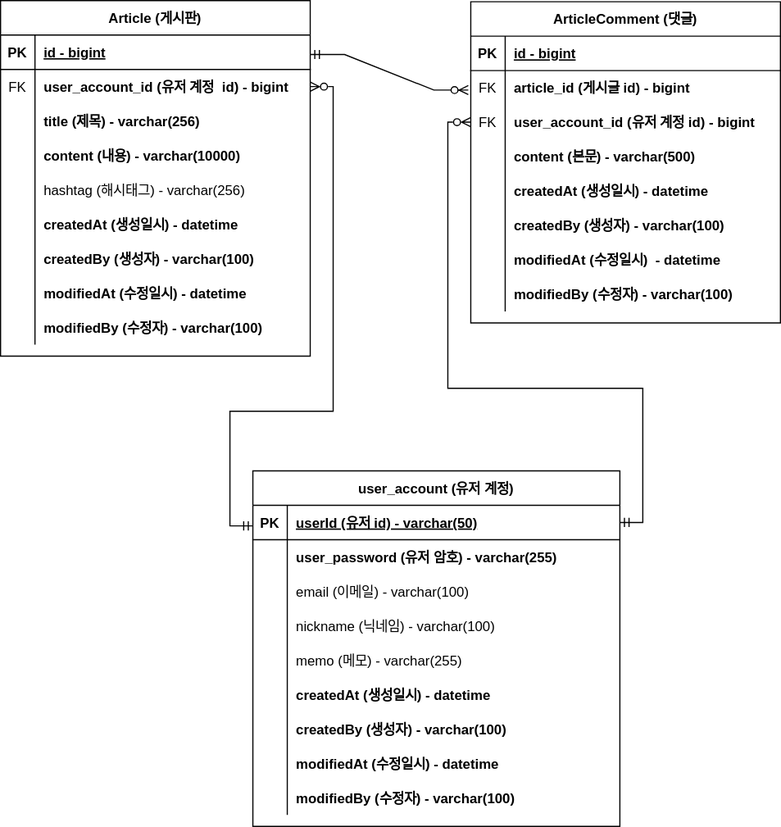
The draw.io diagram document/project-board-erd.svg in kimhyeyun/SPRING-BOARD-PROJECT, before a commit. Source tidied: cells renumbered, new cells last; positions are measured from the earlier drawing's top-left corner, leaving out a move shared by most shapes.
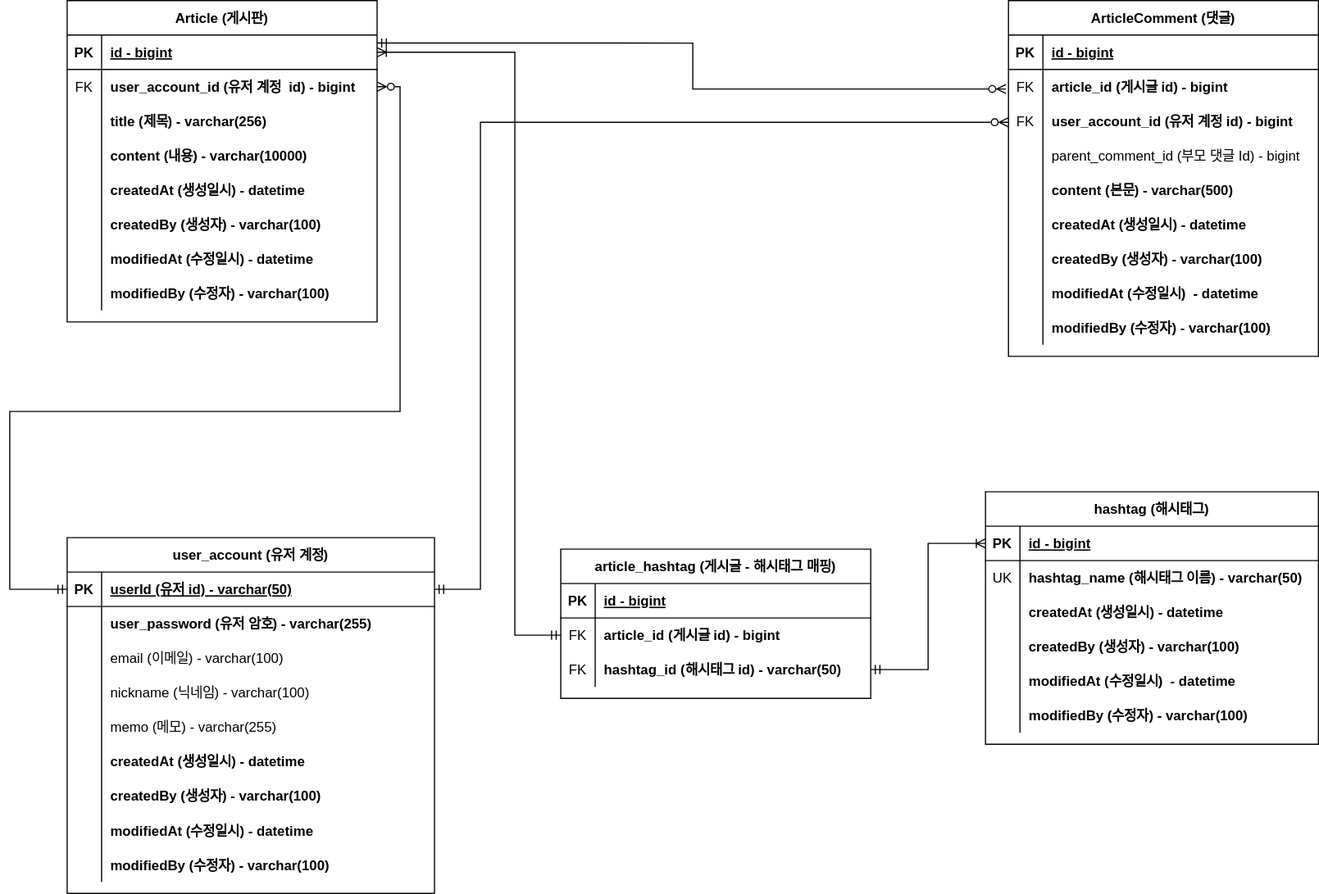
Later version of the same file.

Commit message:
#74 - project-board-erd.svg 업데이트: 대댓글, 해시태그

What changed in the source:
```diff
@@ -7,13 +7,13 @@
         <Array as="points">
           <mxPoint x="290" y="75" />
           <mxPoint x="290" y="358" />
-          <mxPoint x="200" y="358" />
-          <mxPoint x="200" y="458" />
+          <mxPoint x="-50" y="358" />
+          <mxPoint x="-50" y="513" />
         </Array>
       </mxGeometry>
     </mxCell>
     <mxCell id="3" value="Article (게시판)" style="shape=table;startSize=30;rowLines=0;fontStyle=1;align=center;" parent="1" vertex="1">
-      <mxGeometry width="270" height="310" as="geometry" />
+      <mxGeometry width="270" height="280" as="geometry" />
     </mxCell>
     <mxCell id="4" style="shape=partialRectangle;fillColor=none;points=[[0,0.5],[1,0.5]];portConstraint=eastwest;top=0;left=0;right=0;bottom=1;" parent="3" vertex="1">
       <mxGeometry y="30" width="270" height="30" as="geometry" />
@@ -51,17 +51,8 @@
     <mxCell id="15" value="content (내용) - varchar(10000)" style="shape=partialRectangle;overflow=hidden;fillColor=none;top=0;left=0;bottom=0;right=0;align=left;spacingLeft=6;fontStyle=1;" parent="13" vertex="1">
       <mxGeometry x="30" width="240" height="30" as="geometry" />
     </mxCell>
-    <mxCell id="16" style="shape=partialRectangle;fillColor=none;top=0;left=0;right=0;bottom=0;" parent="3" vertex="1">
-      <mxGeometry y="150" width="270" height="30" as="geometry" />
-    </mxCell>
-    <mxCell id="17" style="shape=partialRectangle;overflow=hidden;fillColor=none;top=0;left=0;bottom=0;right=0;" parent="16" vertex="1">
-      <mxGeometry width="30" height="30" as="geometry" />
-    </mxCell>
-    <mxCell id="18" value="hashtag (해시태그) - varchar(256)" style="shape=partialRectangle;overflow=hidden;fillColor=none;top=0;left=0;bottom=0;right=0;align=left;spacingLeft=6;" parent="16" vertex="1">
-      <mxGeometry x="30" width="240" height="30" as="geometry" />
-    </mxCell>
     <mxCell id="19" style="shape=partialRectangle;fillColor=none;top=0;left=0;right=0;bottom=0;" parent="3" vertex="1">
-      <mxGeometry y="180" width="270" height="30" as="geometry" />
+      <mxGeometry y="150" width="270" height="30" as="geometry" />
     </mxCell>
     <mxCell id="20" style="shape=partialRectangle;overflow=hidden;fillColor=none;top=0;left=0;bottom=0;right=0;" parent="19" vertex="1">
       <mxGeometry width="30" height="30" as="geometry" />
@@ -70,7 +61,7 @@
       <mxGeometry x="30" width="240" height="30" as="geometry" />
     </mxCell>
     <mxCell id="22" style="shape=partialRectangle;fillColor=none;top=0;left=0;right=0;bottom=0;" parent="3" vertex="1">
-      <mxGeometry y="210" width="270" height="30" as="geometry" />
+      <mxGeometry y="180" width="270" height="30" as="geometry" />
     </mxCell>
     <mxCell id="23" style="shape=partialRectangle;overflow=hidden;fillColor=none;top=0;left=0;bottom=0;right=0;" parent="22" vertex="1">
       <mxGeometry width="30" height="30" as="geometry" />
@@ -79,7 +70,7 @@
       <mxGeometry x="30" width="240" height="30" as="geometry" />
     </mxCell>
     <mxCell id="25" style="shape=partialRectangle;fillColor=none;top=0;left=0;right=0;bottom=0;" parent="3" vertex="1">
-      <mxGeometry y="240" width="270" height="30" as="geometry" />
+      <mxGeometry y="210" width="270" height="30" as="geometry" />
     </mxCell>
     <mxCell id="26" style="shape=partialRectangle;overflow=hidden;fillColor=none;top=0;left=0;bottom=0;right=0;" parent="25" vertex="1">
       <mxGeometry width="30" height="30" as="geometry" />
@@ -88,7 +79,7 @@
       <mxGeometry x="30" width="240" height="30" as="geometry" />
     </mxCell>
     <mxCell id="28" style="shape=partialRectangle;fillColor=none;top=0;left=0;right=0;bottom=0;" parent="3" vertex="1">
-      <mxGeometry y="270" width="270" height="30" as="geometry" />
+      <mxGeometry y="240" width="270" height="30" as="geometry" />
     </mxCell>
     <mxCell id="29" style="shape=partialRectangle;overflow=hidden;fillColor=none;top=0;left=0;bottom=0;right=0;" parent="28" vertex="1">
       <mxGeometry width="30" height="30" as="geometry" />
@@ -97,7 +88,7 @@
       <mxGeometry x="30" width="240" height="30" as="geometry" />
     </mxCell>
     <mxCell id="31" value="ArticleComment (댓글)" style="shape=table;startSize=30;rowLines=0;fontStyle=1;align=center;" parent="1" vertex="1">
-      <mxGeometry x="410" y="1" width="270" height="280" as="geometry" />
+      <mxGeometry x="820" width="270" height="310" as="geometry" />
     </mxCell>
     <mxCell id="32" style="shape=partialRectangle;fillColor=none;top=0;left=0;right=0;bottom=1;" parent="31" vertex="1">
       <mxGeometry y="30" width="270" height="30" as="geometry" />
@@ -126,8 +117,17 @@
     <mxCell id="40" value="user_account_id (유저 계정 id) - bigint" style="shape=partialRectangle;overflow=hidden;fillColor=none;top=0;left=0;bottom=0;right=0;align=left;spacingLeft=6;fontStyle=1;" parent="38" vertex="1">
       <mxGeometry x="30" width="240" height="30" as="geometry" />
     </mxCell>
+    <mxCell id="86" style="shape=partialRectangle;fillColor=none;top=0;left=0;right=0;bottom=0;" parent="31" vertex="1">
+      <mxGeometry y="120" width="270" height="30" as="geometry" />
+    </mxCell>
+    <mxCell id="87" style="shape=partialRectangle;overflow=hidden;fillColor=none;top=0;left=0;bottom=0;right=0;" parent="86" vertex="1">
+      <mxGeometry width="30" height="30" as="geometry" />
+    </mxCell>
+    <mxCell id="88" value="parent_comment_id (부모 댓글 Id) - bigint" style="shape=partialRectangle;overflow=hidden;fillColor=none;top=0;left=0;bottom=0;right=0;align=left;spacingLeft=6;fontStyle=0;" parent="86" vertex="1">
+      <mxGeometry x="30" width="240" height="30" as="geometry" />
+    </mxCell>
     <mxCell id="41" style="shape=partialRectangle;fillColor=none;top=0;left=0;right=0;bottom=0;" parent="31" vertex="1">
-      <mxGeometry y="120" width="270" height="30" as="geometry" />
+      <mxGeometry y="150" width="270" height="30" as="geometry" />
     </mxCell>
     <mxCell id="42" style="shape=partialRectangle;overflow=hidden;fillColor=none;top=0;left=0;bottom=0;right=0;" parent="41" vertex="1">
       <mxGeometry width="30" height="30" as="geometry" />
@@ -136,7 +136,7 @@
       <mxGeometry x="30" width="240" height="30" as="geometry" />
     </mxCell>
     <mxCell id="44" style="shape=partialRectangle;fillColor=none;top=0;left=0;right=0;bottom=0;" parent="31" vertex="1">
-      <mxGeometry y="150" width="270" height="30" as="geometry" />
+      <mxGeometry y="180" width="270" height="30" as="geometry" />
     </mxCell>
     <mxCell id="45" style="shape=partialRectangle;overflow=hidden;fillColor=none;top=0;left=0;bottom=0;right=0;" parent="44" vertex="1">
       <mxGeometry width="30" height="30" as="geometry" />
@@ -145,7 +145,7 @@
       <mxGeometry x="30" width="240" height="30" as="geometry" />
     </mxCell>
     <mxCell id="47" style="shape=partialRectangle;fillColor=none;top=0;left=0;right=0;bottom=0;" parent="31" vertex="1">
-      <mxGeometry y="180" width="270" height="30" as="geometry" />
+      <mxGeometry y="210" width="270" height="30" as="geometry" />
     </mxCell>
     <mxCell id="48" style="shape=partialRectangle;overflow=hidden;fillColor=none;top=0;left=0;bottom=0;right=0;" parent="47" vertex="1">
       <mxGeometry width="30" height="30" as="geometry" />
@@ -154,7 +154,7 @@
       <mxGeometry x="30" width="240" height="30" as="geometry" />
     </mxCell>
     <mxCell id="50" style="shape=partialRectangle;fillColor=none;top=0;left=0;right=0;bottom=0;" parent="31" vertex="1">
-      <mxGeometry y="210" width="270" height="30" as="geometry" />
+      <mxGeometry y="240" width="270" height="30" as="geometry" />
     </mxCell>
     <mxCell id="51" style="shape=partialRectangle;overflow=hidden;fillColor=none;top=0;left=0;bottom=0;right=0;" parent="50" vertex="1">
       <mxGeometry width="30" height="30" as="geometry" />
@@ -163,7 +163,7 @@
       <mxGeometry x="30" width="240" height="30" as="geometry" />
     </mxCell>
     <mxCell id="53" style="shape=partialRectangle;fillColor=none;top=0;left=0;right=0;bottom=0;" parent="31" vertex="1">
-      <mxGeometry y="240" width="270" height="30" as="geometry" />
+      <mxGeometry y="270" width="270" height="30" as="geometry" />
     </mxCell>
     <mxCell id="54" style="shape=partialRectangle;overflow=hidden;fillColor=none;top=0;left=0;bottom=0;right=0;" parent="53" vertex="1">
       <mxGeometry width="30" height="30" as="geometry" />
@@ -171,11 +171,11 @@
     <mxCell id="55" value="modifiedBy (수정자) - varchar(100)" style="shape=partialRectangle;overflow=hidden;fillColor=none;top=0;left=0;bottom=0;right=0;align=left;spacingLeft=6;fontStyle=1;" parent="53" vertex="1">
       <mxGeometry x="30" width="240" height="30" as="geometry" />
     </mxCell>
-    <mxCell id="56" style="edgeStyle=entityRelationEdgeStyle;fontSize=12;html=1;endArrow=ERzeroToMany;startArrow=ERmandOne;rounded=0;exitX=1;exitY=0.567;exitDx=0;exitDy=0;entryX=-0.008;entryY=0.567;entryDx=0;entryDy=0;exitPerimeter=0;entryPerimeter=0;" parent="1" edge="1" source="4" target="35">
+    <mxCell id="56" style="edgeStyle=orthogonalEdgeStyle;fontSize=12;html=1;endArrow=ERzeroToMany;startArrow=ERmandOne;rounded=0;entryX=-0.008;entryY=0.567;entryDx=0;entryDy=0;entryPerimeter=0;exitX=1;exitY=0.233;exitDx=0;exitDy=0;exitPerimeter=0;" parent="1" edge="1" source="4" target="35">
       <mxGeometry relative="1" as="geometry" />
     </mxCell>
     <mxCell id="57" value="user_account (유저 계정)" style="shape=table;startSize=30;rowLines=0;fontStyle=1;align=center;" parent="1" vertex="1">
-      <mxGeometry x="220" y="410" width="320" height="310" as="geometry" />
+      <mxGeometry y="468" width="320" height="310" as="geometry" />
     </mxCell>
     <mxCell id="58" style="shape=partialRectangle;fillColor=none;points=[[0,0.5],[1,0.5]];portConstraint=eastwest;top=0;left=0;right=0;bottom=1;" parent="57" vertex="1">
       <mxGeometry y="30" width="320" height="30" as="geometry" />
@@ -258,15 +258,114 @@
     <mxCell id="84" value="modifiedBy (수정자) - varchar(100)" style="shape=partialRectangle;overflow=hidden;fillColor=none;top=0;left=0;bottom=0;right=0;align=left;spacingLeft=6;fontStyle=1;" parent="82" vertex="1">
       <mxGeometry x="30" width="290" height="30" as="geometry" />
     </mxCell>
-    <mxCell id="85" style="edgeStyle=orthogonalEdgeStyle;rounded=0;jettySize=auto;html=1;entryX=1;entryY=0.5;entryDx=0;entryDy=0;entryPerimeter=0;startArrow=ERzeroToMany;startFill=0;endArrow=ERmandOne;endFill=0;" parent="1" edge="1" source="38" target="58">
+    <mxCell id="85" style="edgeStyle=orthogonalEdgeStyle;rounded=0;jettySize=auto;html=1;entryX=1;entryY=0.5;entryDx=0;entryDy=0;entryPerimeter=0;startArrow=ERzeroToMany;startFill=0;endArrow=ERmandOne;endFill=0;" parent="1" edge="1" target="58">
       <mxGeometry relative="1" as="geometry">
+        <mxPoint x="820" y="106" as="sourcePoint" />
         <Array as="points">
-          <mxPoint x="390" y="106" />
-          <mxPoint x="390" y="338" />
-          <mxPoint x="560" y="338" />
-          <mxPoint x="560" y="455" />
+          <mxPoint x="360" y="106" />
+          <mxPoint x="360" y="513" />
         </Array>
       </mxGeometry>
     </mxCell>
+    <mxCell id="89" value="article_hashtag (게시글 - 해시태그 매핑)" style="shape=table;startSize=30;rowLines=0;fontStyle=1;align=center;" parent="1" vertex="1">
+      <mxGeometry x="430" y="478" width="270" height="130" as="geometry" />
+    </mxCell>
+    <mxCell id="90" style="shape=partialRectangle;fillColor=none;top=0;left=0;right=0;bottom=1;" parent="89" vertex="1">
+      <mxGeometry y="30" width="270" height="30" as="geometry" />
+    </mxCell>
+    <mxCell id="91" value="PK" style="shape=partialRectangle;overflow=hidden;fillColor=none;top=0;left=0;bottom=0;right=0;fontStyle=1;" parent="90" vertex="1">
+      <mxGeometry width="30" height="30" as="geometry" />
+    </mxCell>
+    <mxCell id="92" value="id - bigint" style="shape=partialRectangle;overflow=hidden;fillColor=none;top=0;left=0;bottom=0;right=0;align=left;spacingLeft=6;fontStyle=5;" parent="90" vertex="1">
+      <mxGeometry x="30" width="240" height="30" as="geometry" />
+    </mxCell>
+    <mxCell id="93" style="shape=partialRectangle;fillColor=none;top=0;left=0;right=0;bottom=0;" parent="89" vertex="1">
+      <mxGeometry y="60" width="270" height="30" as="geometry" />
+    </mxCell>
+    <mxCell id="94" value="FK" style="shape=partialRectangle;overflow=hidden;fillColor=none;top=0;left=0;bottom=0;right=0;" parent="93" vertex="1">
+      <mxGeometry width="30" height="30" as="geometry" />
+    </mxCell>
+    <mxCell id="95" value="article_id (게시글 id) - bigint" style="shape=partialRectangle;overflow=hidden;fillColor=none;top=0;left=0;bottom=0;right=0;align=left;spacingLeft=6;fontStyle=1;" parent="93" vertex="1">
+      <mxGeometry x="30" width="240" height="30" as="geometry" />
+    </mxCell>
+    <mxCell id="96" style="shape=partialRectangle;fillColor=none;points=[[0,0.5],[1,0.5]];portConstraint=eastwest;top=0;left=0;right=0;bottom=0;" parent="89" vertex="1">
+      <mxGeometry y="90" width="270" height="30" as="geometry" />
+    </mxCell>
+    <mxCell id="97" value="FK" style="shape=partialRectangle;overflow=hidden;fillColor=none;top=0;left=0;bottom=0;right=0;" parent="96" vertex="1">
+      <mxGeometry width="30" height="30" as="geometry" />
+    </mxCell>
+    <mxCell id="98" value="hashtag_id (해시태그 id) - varchar(50)" style="shape=partialRectangle;overflow=hidden;fillColor=none;top=0;left=0;bottom=0;right=0;align=left;spacingLeft=6;fontStyle=1;" parent="96" vertex="1">
+      <mxGeometry x="30" width="240" height="30" as="geometry" />
+    </mxCell>
+    <mxCell id="99" style="edgeStyle=orthogonalEdgeStyle;rounded=0;orthogonalLoop=1;jettySize=auto;html=1;entryX=0;entryY=0.5;entryDx=0;entryDy=0;entryPerimeter=0;startArrow=ERoneToMany;startFill=0;endArrow=ERmandOne;endFill=0;" parent="1" edge="1">
+      <mxGeometry relative="1" as="geometry">
+        <mxPoint x="270" y="45" as="sourcePoint" />
+        <mxPoint x="430" y="553" as="targetPoint" />
+        <Array as="points">
+          <mxPoint x="390" y="45" />
+          <mxPoint x="390" y="553" />
+        </Array>
+      </mxGeometry>
+    </mxCell>
+    <mxCell id="100" value="hashtag (해시태그)" style="shape=table;startSize=30;rowLines=0;fontStyle=1;align=center;" parent="1" vertex="1">
+      <mxGeometry x="800" y="428" width="290" height="220" as="geometry" />
+    </mxCell>
+    <mxCell id="101" style="shape=partialRectangle;fillColor=none;points=[[0,0.5],[1,0.5]];portConstraint=eastwest;top=0;left=0;right=0;bottom=1;" parent="100" vertex="1">
+      <mxGeometry y="30" width="290" height="30" as="geometry" />
+    </mxCell>
+    <mxCell id="102" value="PK" style="shape=partialRectangle;overflow=hidden;fillColor=none;top=0;left=0;bottom=0;right=0;fontStyle=1;" parent="101" vertex="1">
+      <mxGeometry width="30" height="30" as="geometry" />
+    </mxCell>
+    <mxCell id="103" value="id - bigint" style="shape=partialRectangle;overflow=hidden;fillColor=none;top=0;left=0;bottom=0;right=0;align=left;spacingLeft=6;fontStyle=5;" parent="101" vertex="1">
+      <mxGeometry x="30" width="260" height="30" as="geometry" />
+    </mxCell>
+    <mxCell id="104" style="shape=partialRectangle;fillColor=none;top=0;left=0;right=0;bottom=0;" parent="100" vertex="1">
+      <mxGeometry y="60" width="290" height="30" as="geometry" />
+    </mxCell>
+    <mxCell id="105" value="UK" style="shape=partialRectangle;overflow=hidden;fillColor=none;top=0;left=0;bottom=0;right=0;" parent="104" vertex="1">
+      <mxGeometry width="30" height="30" as="geometry" />
+    </mxCell>
+    <mxCell id="106" value="hashtag_name (해시태그 이름) - varchar(50)" style="shape=partialRectangle;overflow=hidden;fillColor=none;top=0;left=0;bottom=0;right=0;align=left;spacingLeft=6;fontStyle=1;" parent="104" vertex="1">
+      <mxGeometry x="30" width="260" height="30" as="geometry" />
+    </mxCell>
+    <mxCell id="107" style="shape=partialRectangle;fillColor=none;top=0;left=0;right=0;bottom=0;" parent="100" vertex="1">
+      <mxGeometry y="90" width="290" height="30" as="geometry" />
+    </mxCell>
+    <mxCell id="108" style="shape=partialRectangle;overflow=hidden;fillColor=none;top=0;left=0;bottom=0;right=0;" parent="107" vertex="1">
+      <mxGeometry width="30" height="30" as="geometry" />
+    </mxCell>
+    <mxCell id="109" value="createdAt (생성일시) - datetime" style="shape=partialRectangle;overflow=hidden;fillColor=none;top=0;left=0;bottom=0;right=0;align=left;spacingLeft=6;fontStyle=1;" parent="107" vertex="1">
+      <mxGeometry x="30" width="260" height="30" as="geometry" />
+    </mxCell>
+    <mxCell id="110" style="shape=partialRectangle;fillColor=none;top=0;left=0;right=0;bottom=0;" parent="100" vertex="1">
+      <mxGeometry y="120" width="290" height="30" as="geometry" />
+    </mxCell>
+    <mxCell id="111" style="shape=partialRectangle;overflow=hidden;fillColor=none;top=0;left=0;bottom=0;right=0;" parent="110" vertex="1">
+      <mxGeometry width="30" height="30" as="geometry" />
+    </mxCell>
+    <mxCell id="112" value="createdBy (생성자) - varchar(100)" style="shape=partialRectangle;overflow=hidden;fillColor=none;top=0;left=0;bottom=0;right=0;align=left;spacingLeft=6;fontStyle=1;" parent="110" vertex="1">
+      <mxGeometry x="30" width="260" height="30" as="geometry" />
+    </mxCell>
+    <mxCell id="113" style="shape=partialRectangle;fillColor=none;top=0;left=0;right=0;bottom=0;" parent="100" vertex="1">
+      <mxGeometry y="150" width="290" height="30" as="geometry" />
+    </mxCell>
+    <mxCell id="114" style="shape=partialRectangle;overflow=hidden;fillColor=none;top=0;left=0;bottom=0;right=0;" parent="113" vertex="1">
+      <mxGeometry width="30" height="30" as="geometry" />
+    </mxCell>
+    <mxCell id="115" value="modifiedAt (수정일시)  - datetime" style="shape=partialRectangle;overflow=hidden;fillColor=none;top=0;left=0;bottom=0;right=0;align=left;spacingLeft=6;fontStyle=1;" parent="113" vertex="1">
+      <mxGeometry x="30" width="260" height="30" as="geometry" />
+    </mxCell>
+    <mxCell id="116" style="shape=partialRectangle;fillColor=none;top=0;left=0;right=0;bottom=0;" parent="100" vertex="1">
+      <mxGeometry y="180" width="290" height="30" as="geometry" />
+    </mxCell>
+    <mxCell id="117" style="shape=partialRectangle;overflow=hidden;fillColor=none;top=0;left=0;bottom=0;right=0;" parent="116" vertex="1">
+      <mxGeometry width="30" height="30" as="geometry" />
+    </mxCell>
+    <mxCell id="118" value="modifiedBy (수정자) - varchar(100)" style="shape=partialRectangle;overflow=hidden;fillColor=none;top=0;left=0;bottom=0;right=0;align=left;spacingLeft=6;fontStyle=1;" parent="116" vertex="1">
+      <mxGeometry x="30" width="260" height="30" as="geometry" />
+    </mxCell>
+    <mxCell id="119" style="edgeStyle=orthogonalEdgeStyle;rounded=0;jettySize=auto;html=1;startArrow=ERoneToMany;startFill=0;endArrow=ERmandOne;endFill=0;" parent="1" edge="1" source="101" target="96">
+      <mxGeometry relative="1" as="geometry" />
+    </mxCell>
   </root>
 </mxGraphModel>
```
